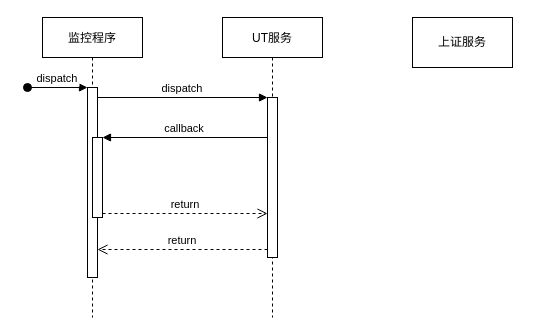
Earlier version of the draw.io diagram 未命名绘图.drawio (feiniao111/gallery). Source tidied: cells renumbered, new cells numbered last; positions are measured from the earlier drawing's top-left corner, leaving out a move shared by most shapes. Both pictures are drawn from the tidied source at 100%, with x=0, y=0 at pixel (27, 17).
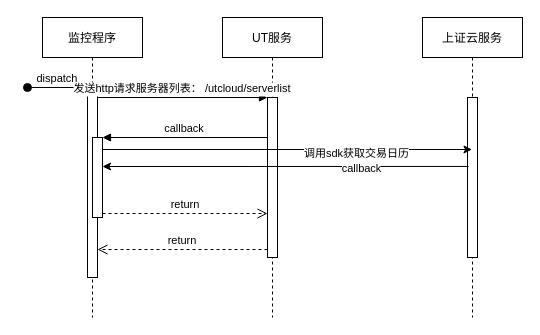
After the change.

Commit message (it also covers changes not shown here):
更新未命名绘图.drawio

What changed in the source:
```diff
@@
 <mxGraphModel>
   <root>
     <mxCell id="0" />
     <mxCell id="1" parent="0" />
     <mxCell id="2" value="监控程序" style="shape=umlLifeline;perimeter=lifelinePerimeter;rounded=0;shadow=0;strokeWidth=1;" parent="1" vertex="1">
       <mxGeometry x="15" width="100" height="300" as="geometry" />
     </mxCell>
     <mxCell id="3" style="points=[];perimeter=orthogonalPerimeter;rounded=0;shadow=0;strokeWidth=1;" parent="2" vertex="1">
       <mxGeometry x="45" y="70" width="10" height="190" as="geometry" />
     </mxCell>
     <mxCell id="4" value="dispatch" style="verticalAlign=bottom;startArrow=oval;endArrow=block;startSize=8;shadow=0;strokeWidth=1;" parent="2" edge="1" target="3">
       <mxGeometry relative="1" as="geometry">
         <mxPoint x="-15" y="70" as="sourcePoint" />
       </mxGeometry>
     </mxCell>
     <mxCell id="5" style="points=[];perimeter=orthogonalPerimeter;rounded=0;shadow=0;strokeWidth=1;" parent="2" vertex="1">
       <mxGeometry x="50" y="120" width="10" height="80" as="geometry" />
     </mxCell>
     <mxCell id="6" value="UT服务" style="shape=umlLifeline;perimeter=lifelinePerimeter;rounded=0;shadow=0;strokeWidth=1;" parent="1" vertex="1">
       <mxGeometry x="195" width="100" height="300" as="geometry" />
     </mxCell>
     <mxCell id="7" style="points=[];perimeter=orthogonalPerimeter;rounded=0;shadow=0;strokeWidth=1;" parent="6" vertex="1">
       <mxGeometry x="45" y="80" width="10" height="160" as="geometry" />
     </mxCell>
     <mxCell id="8" value="return" style="verticalAlign=bottom;endArrow=open;dashed=1;endSize=8;exitX=0;exitY=0.95;shadow=0;strokeWidth=1;" parent="1" edge="1" source="7" target="3">
       <mxGeometry relative="1" as="geometry" />
     </mxCell>
-    <mxCell id="9" value="dispatch" style="verticalAlign=bottom;endArrow=block;entryX=0;entryY=0;shadow=0;strokeWidth=1;" parent="1" edge="1" source="3" target="7">
+    <mxCell id="9" value="发送http请求服务器列表： /utcloud/serverlist" style="verticalAlign=bottom;endArrow=block;entryX=0;entryY=0;shadow=0;strokeWidth=1;" parent="1" edge="1" source="3" target="7">
       <mxGeometry relative="1" as="geometry" />
     </mxCell>
     <mxCell id="10" value="callback" style="verticalAlign=bottom;endArrow=block;entryX=1;entryY=0;shadow=0;strokeWidth=1;" parent="1" edge="1" source="7" target="5">
       <mxGeometry relative="1" as="geometry" />
     </mxCell>
     <mxCell id="11" value="return" style="verticalAlign=bottom;endArrow=open;dashed=1;endSize=8;exitX=1;exitY=0.95;shadow=0;strokeWidth=1;" parent="1" edge="1" source="5" target="7">
       <mxGeometry relative="1" as="geometry" />
     </mxCell>
-    <mxCell id="12" value="上证服务" style="rounded=0;whiteSpace=wrap;html=1;" parent="1" vertex="1">
-      <mxGeometry x="385" width="100" height="50" as="geometry" />
-    </mxCell>
+    <mxCell id="13" value="上证云服务" style="shape=umlLifeline;perimeter=lifelinePerimeter;rounded=0;shadow=0;strokeWidth=1;" parent="1" vertex="1">
+      <mxGeometry x="395" width="100" height="300" as="geometry" />
+    </mxCell>
+    <mxCell id="14" style="points=[];perimeter=orthogonalPerimeter;rounded=0;shadow=0;strokeWidth=1;" parent="13" vertex="1">
+      <mxGeometry x="45" y="80" width="10" height="160" as="geometry" />
+    </mxCell>
+    <mxCell id="15" style="endArrow=classic;html=1;rounded=0;exitX=1;exitY=0.15;exitDx=0;exitDy=0;exitPerimeter=0;" parent="1" edge="1" source="5" target="13">
+      <mxGeometry relative="1" as="geometry" />
+    </mxCell>
+    <mxCell id="16" value="调用sdk获取交易日历" style="edgeLabel;html=1;align=center;verticalAlign=middle;" parent="15" vertex="1">
+      <mxGeometry x="0.37" y="-3" relative="1" as="geometry" />
+    </mxCell>
+    <mxCell id="17" style="endArrow=classic;html=1;rounded=0;exitX=0.1;exitY=0.431;exitDx=0;exitDy=0;exitPerimeter=0;" parent="1" edge="1" source="14">
+      <mxGeometry relative="1" as="geometry">
+        <mxPoint x="75" y="149" as="targetPoint" />
+      </mxGeometry>
+    </mxCell>
+    <mxCell id="18" value="callback" style="edgeLabel;html=1;align=center;verticalAlign=middle;" parent="17" vertex="1">
+      <mxGeometry x="-0.41" y="2" relative="1" as="geometry" />
+    </mxCell>
   </root>
 </mxGraphModel>
```
